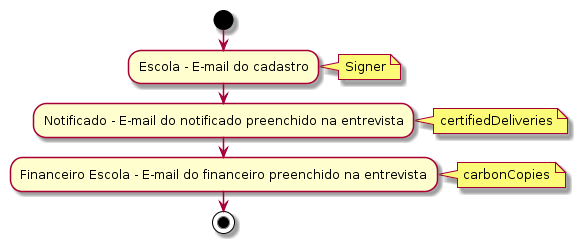
Above: fluxos/notificacao-extrajudicial.png in rvnovaes/educalegal (PlantUML), before the change.
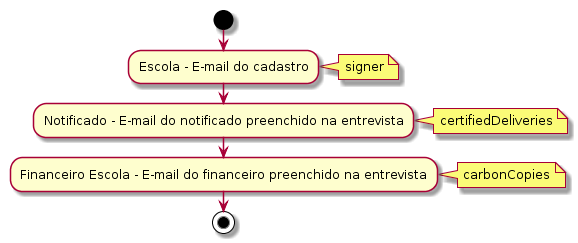
The same file after the commit.

Commit message:
Minor typo correction

Diff of the diagram source:
```diff
@@ -1,7 +1,7 @@
 @startuml
 start
 :Escola - E-mail do cadastro;
-note right: Signer
+note right: signer
 :Notificado - E-mail do notificado preenchido na entrevista;
 note right: certifiedDeliveries
 :Financeiro Escola - E-mail do financeiro preenchido na entrevista;
```
